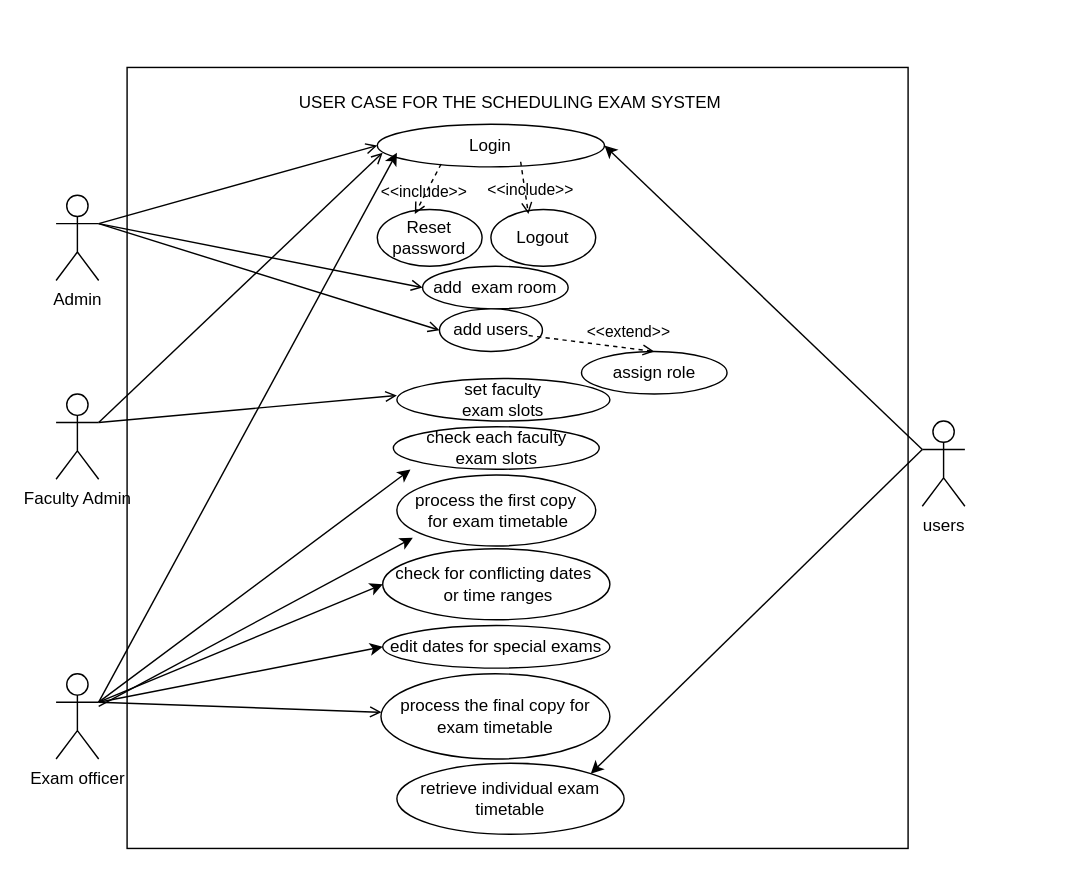
Kathembotsong/Strath_Exam_Schedule keeps this draw.io diagram as page "use case for scheduling exam timetable" (1 of 5) of diagrams/all diagrams.drawio. Above is the earlier version. Source tidied: cells renumbered, new cells numbered last; positions are measured from the earlier drawing's top-left corner, leaving out a move shared by most shapes. Both pictures are drawn from the tidied source at 142%, with x=0, y=0 at pixel (55, 67).
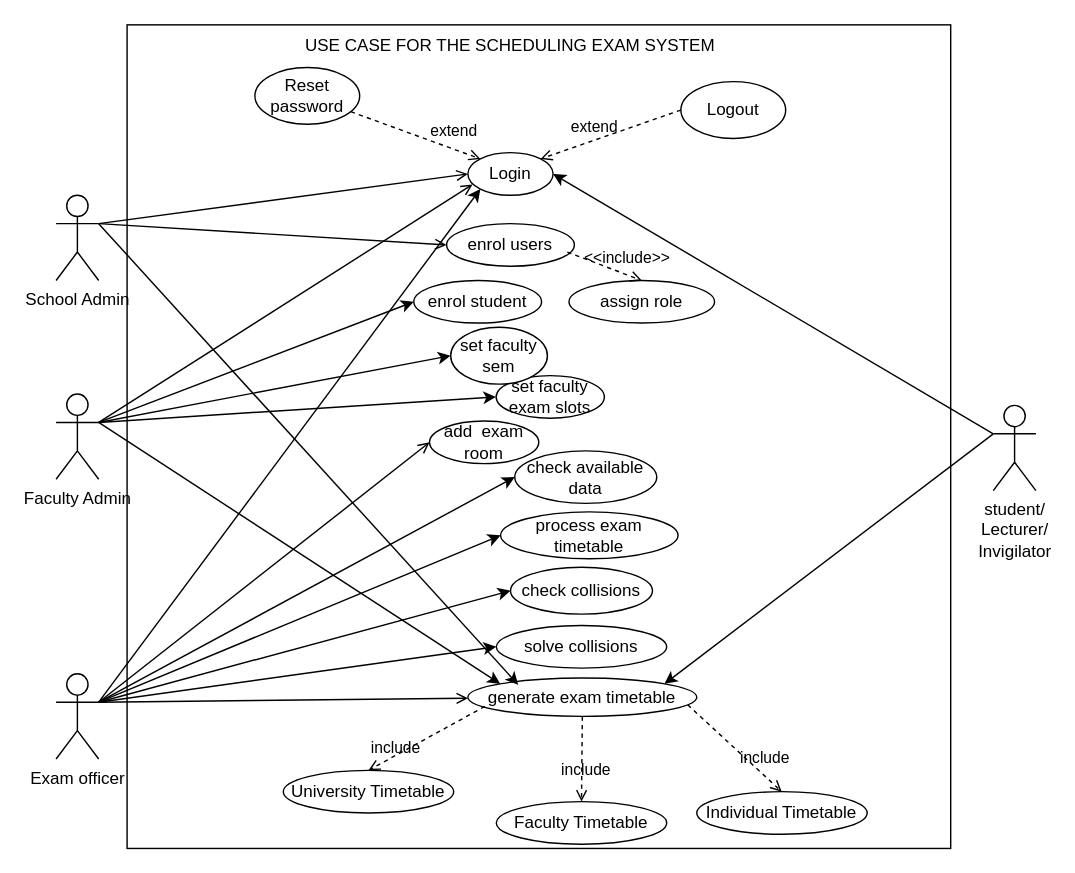
After the change.

The change refers to these unchanged cells:
```xml
<mxCell id="35" value="Faculty Admin" style="shape=umlActor;verticalLabelPosition=bottom;verticalAlign=top;html=1;outlineConnect=0;" parent="1" vertex="1">
  <mxGeometry y="230" width="30" height="60" as="geometry" />
</mxCell>
<mxCell id="37" value="Exam officer" style="shape=umlActor;verticalLabelPosition=bottom;verticalAlign=top;html=1;outlineConnect=0;" parent="1" vertex="1">
  <mxGeometry y="427" width="30" height="60" as="geometry" />
</mxCell>
```

The edit, as a diff of the source:
```diff
@@
     <mxCell id="2" style="whiteSpace=wrap;html=1;" parent="1" vertex="1">
-      <mxGeometry x="50" width="550" height="550" as="geometry" />
+      <mxGeometry x="50" y="-30" width="580" height="580" as="geometry" />
     </mxCell>
     <mxCell id="3" value="Login" style="ellipse;whiteSpace=wrap;html=1;" parent="1" vertex="1">
-      <mxGeometry x="226.2" y="40" width="160" height="30" as="geometry" />
+      <mxGeometry x="290" y="60" width="60" height="30" as="geometry" />
     </mxCell>
-    <mxCell id="4" style="rounded=0;jettySize=auto;html=1;exitX=1;exitY=0.3333333333333333;exitDx=0;exitDy=0;exitPerimeter=0;" parent="1" edge="1" source="37">
-      <mxGeometry relative="1" as="geometry">
-        <mxPoint x="240" y="60" as="targetPoint" />
-      </mxGeometry>
+    <mxCell id="4" style="rounded=0;jettySize=auto;html=1;exitX=1;exitY=0.3333333333333333;exitDx=0;exitDy=0;exitPerimeter=0;entryX=0;entryY=1;entryDx=0;entryDy=0;" parent="1" edge="1" source="37" target="3">
+      <mxGeometry relative="1" as="geometry" />
     </mxCell>
@@
-    <mxCell id="8" value="users" style="shape=umlActor;verticalLabelPosition=bottom;verticalAlign=top;html=1;outlineConnect=0;" parent="1" vertex="1">
-      <mxGeometry x="610" y="249" width="30" height="60" as="geometry" />
+    <mxCell id="8" value="student/&lt;br&gt;Lecturer/&lt;br&gt;Invigilator" style="shape=umlActor;verticalLabelPosition=bottom;verticalAlign=top;html=1;outlineConnect=0;" parent="1" vertex="1">
+      <mxGeometry x="660" y="238" width="30" height="60" as="geometry" />
     </mxCell>
     <mxCell id="9" value="Reset password" style="ellipse;whiteSpace=wrap;html=1;" parent="1" vertex="1">
-      <mxGeometry x="226.2" y="100" width="73.8" height="40" as="geometry" />
+      <mxGeometry x="140" width="73.8" height="40" as="geometry" />
     </mxCell>
-    <mxCell id="10" value="&amp;lt;&amp;lt;include&amp;gt;&amp;gt;" style="edgeStyle=none;html=1;endArrow=open;verticalAlign=bottom;dashed=1;labelBackgroundColor=none;rounded=0;entryX=0.358;entryY=0.08;entryDx=0;entryDy=0;entryPerimeter=0;exitX=0.281;exitY=0.933;exitDx=0;exitDy=0;exitPerimeter=0;" parent="1" edge="1" source="3" target="9">
+    <mxCell id="10" value="extend" style="edgeStyle=none;html=1;endArrow=open;verticalAlign=bottom;dashed=1;labelBackgroundColor=none;rounded=0;entryX=0;entryY=0;entryDx=0;entryDy=0;" parent="1" edge="1" source="9" target="3">
       <mxGeometry x="0.56" y="3" relative="1" as="geometry" />
     </mxCell>
-    <mxCell id="11" value="check for conflicting dates&amp;nbsp; &amp;nbsp;or time ranges" style="ellipse;whiteSpace=wrap;html=1;" parent="1" vertex="1">
-      <mxGeometry x="230" y="339" width="160" height="50" as="geometry" />
+    <mxCell id="11" value="check collisions" style="ellipse;whiteSpace=wrap;html=1;" parent="1" vertex="1">
+      <mxGeometry x="320" y="352" width="100" height="33" as="geometry" />
     </mxCell>
@@
-    <mxCell id="13" style="rounded=0;jettySize=auto;html=1;entryX=1;entryY=0;entryDx=0;entryDy=0;exitX=0;exitY=0.3333333333333333;exitDx=0;exitDy=0;exitPerimeter=0;" parent="1" edge="1" source="8" target="18">
+    <mxCell id="13" style="rounded=0;jettySize=auto;html=1;entryX=1;entryY=0;entryDx=0;entryDy=0;exitX=0;exitY=0.3333333333333333;exitDx=0;exitDy=0;exitPerimeter=0;" parent="1" edge="1" source="8" target="17">
       <mxGeometry relative="1" as="geometry" />
     </mxCell>
@@
-    <mxCell id="15" style="edgeStyle=none;rounded=0;jettySize=auto;html=1;startArrow=none;startFill=0;endArrow=open;endFill=0;exitX=1;exitY=0.3333333333333333;exitDx=0;exitDy=0;exitPerimeter=0;" parent="1" edge="1" source="35">
-      <mxGeometry relative="1" as="geometry">
-        <mxPoint x="230" y="60" as="targetPoint" />
-      </mxGeometry>
+    <mxCell id="15" style="edgeStyle=none;rounded=0;jettySize=auto;html=1;startArrow=none;startFill=0;endArrow=open;endFill=0;exitX=1;exitY=0.3333333333333333;exitDx=0;exitDy=0;exitPerimeter=0;entryX=0.055;entryY=0.747;entryDx=0;entryDy=0;entryPerimeter=0;" parent="1" edge="1" source="35" target="3">
+      <mxGeometry relative="1" as="geometry" />
     </mxCell>
     <mxCell id="16" value="set faculty &lt;br&gt;exam slots" style="ellipse;whiteSpace=wrap;html=1;" parent="1" vertex="1">
-      <mxGeometry x="240" y="219" width="150" height="30" as="geometry" />
+      <mxGeometry x="309.9" y="217" width="76.2" height="30" as="geometry" />
     </mxCell>
-    <mxCell id="17" value="process the final copy for exam timetable" style="ellipse;whiteSpace=wrap;html=1;" parent="1" vertex="1">
-      <mxGeometry x="228.8" y="427" width="161.2" height="60" as="geometry" />
+    <mxCell id="17" value="generate exam timetable" style="ellipse;whiteSpace=wrap;html=1;" parent="1" vertex="1">
+      <mxGeometry x="290" y="430" width="161.2" height="27" as="geometry" />
     </mxCell>
-    <mxCell id="18" value="retrieve individual exam timetable" style="ellipse;whiteSpace=wrap;html=1;" parent="1" vertex="1">
-      <mxGeometry x="240" y="490" width="160" height="50" as="geometry" />
-    </mxCell>
-    <mxCell id="19" value="USER CASE FOR THE SCHEDULING EXAM SYSTEM" style="text;html=1;strokeColor=none;fillColor=none;align=center;verticalAlign=middle;whiteSpace=wrap;rounded=0;" parent="1" vertex="1">
-      <mxGeometry x="160" y="10" width="320" height="30" as="geometry" />
+    <mxCell id="19" value="USE CASE FOR THE SCHEDULING EXAM SYSTEM" style="text;html=1;strokeColor=none;fillColor=none;align=center;verticalAlign=middle;whiteSpace=wrap;rounded=0;" parent="1" vertex="1">
+      <mxGeometry x="160" y="-30" width="320" height="30" as="geometry" />
     </mxCell>
@@
-    <mxCell id="21" value="Admin" style="shape=umlActor;verticalLabelPosition=bottom;verticalAlign=top;html=1;outlineConnect=0;" parent="1" vertex="1">
+    <mxCell id="21" value="School Admin" style="shape=umlActor;verticalLabelPosition=bottom;verticalAlign=top;html=1;outlineConnect=0;" parent="1" vertex="1">
       <mxGeometry y="90" width="30" height="60" as="geometry" />
     </mxCell>
-    <mxCell id="22" value="process the first copy&lt;br&gt;&amp;nbsp;for exam timetable" style="ellipse;whiteSpace=wrap;html=1;" parent="1" vertex="1">
-      <mxGeometry x="240" y="287" width="140" height="50" as="geometry" />
+    <mxCell id="22" value="process exam timetable" style="ellipse;whiteSpace=wrap;html=1;" parent="1" vertex="1">
+      <mxGeometry x="313" y="313" width="125" height="33" as="geometry" />
     </mxCell>
     <mxCell id="23" value="add&amp;nbsp; exam room" style="ellipse;whiteSpace=wrap;html=1;" parent="1" vertex="1">
-      <mxGeometry x="258.1" y="140" width="102.5" height="30" as="geometry" />
+      <mxGeometry x="263" y="249" width="76.9" height="30" as="geometry" />
     </mxCell>
-    <mxCell id="24" style="edgeStyle=none;rounded=0;jettySize=auto;html=1;startArrow=none;startFill=0;endArrow=open;endFill=0;entryX=0;entryY=0.5;entryDx=0;entryDy=0;exitX=1;exitY=0.3333333333333333;exitDx=0;exitDy=0;exitPerimeter=0;" parent="1" edge="1" source="21" target="23">
+    <mxCell id="24" style="edgeStyle=none;rounded=0;jettySize=auto;html=1;startArrow=none;startFill=0;endArrow=open;endFill=0;entryX=0;entryY=0.5;entryDx=0;entryDy=0;exitX=1;exitY=0.3333333333333333;exitDx=0;exitDy=0;exitPerimeter=0;" parent="1" edge="1" source="37" target="23">
       <mxGeometry relative="1" as="geometry" />
     </mxCell>
-    <mxCell id="25" value="add users" style="ellipse;whiteSpace=wrap;html=1;" parent="1" vertex="1">
-      <mxGeometry x="270" y="170" width="72.5" height="30" as="geometry" />
+    <mxCell id="25" value="enrol users" style="ellipse;whiteSpace=wrap;html=1;" parent="1" vertex="1">
+      <mxGeometry x="275" y="110" width="90" height="30" as="geometry" />
     </mxCell>
@@
-    <mxCell id="27" value="check each faculty &lt;br&gt;exam slots" style="ellipse;whiteSpace=wrap;html=1;" parent="1" vertex="1">
-      <mxGeometry x="237.5" y="253" width="145" height="30" as="geometry" />
+    <mxCell id="27" value="check available data" style="ellipse;whiteSpace=wrap;html=1;" parent="1" vertex="1">
+      <mxGeometry x="323" y="270" width="100" height="37" as="geometry" />
     </mxCell>
-    <mxCell id="28" style="rounded=0;jettySize=auto;html=1;entryX=0.083;entryY=1.007;entryDx=0;entryDy=0;exitX=1;exitY=0.3333333333333333;exitDx=0;exitDy=0;exitPerimeter=0;entryPerimeter=0;" parent="1" edge="1" source="37" target="27">
+    <mxCell id="28" style="rounded=0;jettySize=auto;html=1;entryX=0;entryY=0.5;entryDx=0;entryDy=0;exitX=1;exitY=0.3333333333333333;exitDx=0;exitDy=0;exitPerimeter=0;" parent="1" edge="1" source="37" target="27">
       <mxGeometry relative="1" as="geometry" />
     </mxCell>
-    <mxCell id="29" style="rounded=0;jettySize=auto;html=1;entryX=0.08;entryY=0.884;entryDx=0;entryDy=0;entryPerimeter=0;" parent="1" edge="1" target="22">
-      <mxGeometry relative="1" as="geometry">
-        <mxPoint x="30" y="450" as="sourcePoint" />
-      </mxGeometry>
+    <mxCell id="29" style="rounded=0;jettySize=auto;html=1;entryX=0;entryY=0.5;entryDx=0;entryDy=0;exitX=1;exitY=0.3333333333333333;exitDx=0;exitDy=0;exitPerimeter=0;" parent="1" edge="1" source="37" target="22">
+      <mxGeometry relative="1" as="geometry" />
     </mxCell>
-    <mxCell id="30" value="edit dates for special exams" style="ellipse;whiteSpace=wrap;html=1;" parent="1" vertex="1">
-      <mxGeometry x="230" y="393" width="160" height="30" as="geometry" />
+    <mxCell id="30" value="solve collisions" style="ellipse;whiteSpace=wrap;html=1;" parent="1" vertex="1">
+      <mxGeometry x="310" y="393" width="120" height="30" as="geometry" />
     </mxCell>
     <mxCell id="31" value="Logout" style="ellipse;whiteSpace=wrap;html=1;" parent="1" vertex="1">
-      <mxGeometry x="306.2" y="100" width="73.8" height="40" as="geometry" />
+      <mxGeometry x="440" y="10" width="73.8" height="40" as="geometry" />
     </mxCell>
-    <mxCell id="32" value="&amp;lt;&amp;lt;include&amp;gt;&amp;gt;" style="edgeStyle=none;html=1;endArrow=open;verticalAlign=bottom;dashed=1;labelBackgroundColor=none;rounded=0;entryX=0.358;entryY=0.08;entryDx=0;entryDy=0;entryPerimeter=0;exitX=0.631;exitY=0.88;exitDx=0;exitDy=0;exitPerimeter=0;" parent="1" edge="1" source="3" target="31">
-      <mxGeometry x="0.56" y="3" relative="1" as="geometry" />
+    <mxCell id="32" value="extend" style="edgeStyle=none;html=1;endArrow=open;verticalAlign=bottom;dashed=1;labelBackgroundColor=none;rounded=0;exitX=0;exitY=0.5;exitDx=0;exitDy=0;entryX=1;entryY=0;entryDx=0;entryDy=0;" parent="1" edge="1" source="31" target="3">
+      <mxGeometry x="0.24" relative="1" as="geometry" />
     </mxCell>
     <mxCell id="33" value="assign role" style="ellipse;whiteSpace=wrap;html=1;" parent="1" vertex="1">
-      <mxGeometry x="370" y="200" width="102.5" height="30" as="geometry" />
+      <mxGeometry x="361.2" y="150" width="102.5" height="30" as="geometry" />
     </mxCell>
-    <mxCell id="34" value="&amp;lt;&amp;lt;extend&amp;gt;&amp;gt;" style="edgeStyle=none;html=1;endArrow=open;verticalAlign=bottom;dashed=1;labelBackgroundColor=none;rounded=0;entryX=0.5;entryY=0;entryDx=0;entryDy=0;exitX=0.866;exitY=0.627;exitDx=0;exitDy=0;exitPerimeter=0;" parent="1" edge="1" source="25" target="33">
-      <mxGeometry x="0.56" y="3" relative="1" as="geometry" />
+    <mxCell id="34" value="&amp;lt;&amp;lt;include&amp;gt;&amp;gt;" style="edgeStyle=none;html=1;endArrow=open;verticalAlign=bottom;dashed=1;labelBackgroundColor=none;rounded=0;entryX=0.5;entryY=0;entryDx=0;entryDy=0;" parent="1" edge="1" target="33">
+      <mxGeometry x="0.56" y="3" relative="1" as="geometry">
+        <mxPoint x="360" y="130" as="sourcePoint" />
+      </mxGeometry>
     </mxCell>
+    <mxCell id="38" style="rounded=0;jettySize=auto;html=1;entryX=0;entryY=0.5;entryDx=0;entryDy=0;" parent="1" edge="1" target="16">
+      <mxGeometry relative="1" as="geometry">
+        <mxPoint x="30" y="250" as="sourcePoint" />
+      </mxGeometry>
+    </mxCell>
+    <mxCell id="39" style="rounded=0;jettySize=auto;html=1;entryX=0;entryY=0;entryDx=0;entryDy=0;" parent="1" edge="1" target="17">
+      <mxGeometry relative="1" as="geometry">
+        <mxPoint x="30" y="250" as="sourcePoint" />
+      </mxGeometry>
+    </mxCell>
+    <mxCell id="40" style="rounded=0;jettySize=auto;html=1;entryX=0;entryY=0.5;entryDx=0;entryDy=0;exitX=1;exitY=0.3333333333333333;exitDx=0;exitDy=0;exitPerimeter=0;" parent="1" edge="1" source="35" target="42">
+      <mxGeometry relative="1" as="geometry" />
+    </mxCell>
+    <mxCell id="41" style="rounded=0;jettySize=auto;html=1;entryX=0;entryY=0.5;entryDx=0;entryDy=0;" parent="1" edge="1" target="43">
+      <mxGeometry relative="1" as="geometry">
+        <mxPoint x="30" y="250" as="sourcePoint" />
+      </mxGeometry>
+    </mxCell>
@@
-    <mxCell id="36" style="edgeStyle=none;rounded=0;jettySize=auto;html=1;startArrow=none;startFill=0;endArrow=open;endFill=0;entryX=0;entryY=0.5;entryDx=0;entryDy=0;exitX=1;exitY=0.3333333333333333;exitDx=0;exitDy=0;exitPerimeter=0;" parent="1" edge="1" source="35">
-      <mxGeometry relative="1" as="geometry">
-        <mxPoint x="240" y="231" as="targetPoint" />
-        <Array as="points">
-          <mxPoint x="240" y="231" />
-        </Array>
-      </mxGeometry>
-    </mxCell>
@@
+    <mxCell id="42" value="enrol student" style="ellipse;whiteSpace=wrap;html=1;" parent="1" vertex="1">
+      <mxGeometry x="251.9" y="150" width="90" height="30" as="geometry" />
+    </mxCell>
+    <mxCell id="43" value="set faculty sem" style="ellipse;whiteSpace=wrap;html=1;" parent="1" vertex="1">
+      <mxGeometry x="277.9" y="183" width="68.1" height="40" as="geometry" />
+    </mxCell>
+    <mxCell id="44" style="rounded=0;jettySize=auto;html=1;entryX=0.22;entryY=0.178;entryDx=0;entryDy=0;entryPerimeter=0;exitX=1;exitY=0.3333333333333333;exitDx=0;exitDy=0;exitPerimeter=0;" parent="1" edge="1" source="21" target="17">
+      <mxGeometry relative="1" as="geometry" />
+    </mxCell>
+    <mxCell id="45" value="Faculty Timetable" style="ellipse;whiteSpace=wrap;html=1;" parent="1" vertex="1">
+      <mxGeometry x="310" y="517" width="120" height="30" as="geometry" />
+    </mxCell>
+    <mxCell id="46" value="Individual Timetable" style="ellipse;whiteSpace=wrap;html=1;" parent="1" vertex="1">
+      <mxGeometry x="451.2" y="510" width="120" height="30" as="geometry" />
+    </mxCell>
+    <mxCell id="47" value="University Timetable" style="ellipse;whiteSpace=wrap;html=1;" parent="1" vertex="1">
+      <mxGeometry x="160" y="495" width="120" height="30" as="geometry" />
+    </mxCell>
+    <mxCell id="48" value="include" style="edgeStyle=none;html=1;endArrow=open;verticalAlign=bottom;dashed=1;labelBackgroundColor=none;rounded=0;entryX=0.5;entryY=0;entryDx=0;entryDy=0;" parent="1" edge="1" target="47">
+      <mxGeometry x="0.56" y="3" relative="1" as="geometry">
+        <mxPoint x="301.9" y="450" as="sourcePoint" />
+      </mxGeometry>
+    </mxCell>
+    <mxCell id="49" value="include" style="edgeStyle=none;html=1;endArrow=open;verticalAlign=bottom;dashed=1;labelBackgroundColor=none;rounded=0;exitX=0.5;exitY=1;exitDx=0;exitDy=0;" parent="1" edge="1" source="17" target="45">
+      <mxGeometry x="0.56" y="3" relative="1" as="geometry" />
+    </mxCell>
+    <mxCell id="50" value="include" style="edgeStyle=none;html=1;endArrow=open;verticalAlign=bottom;dashed=1;labelBackgroundColor=none;rounded=0;exitX=0.96;exitY=0.696;exitDx=0;exitDy=0;entryX=0.5;entryY=0;entryDx=0;entryDy=0;exitPerimeter=0;" parent="1" edge="1" source="17" target="46">
+      <mxGeometry x="0.56" y="3" relative="1" as="geometry">
+        <Array as="points">
+          <mxPoint x="511" y="510" />
+        </Array>
+      </mxGeometry>
+    </mxCell>
```
